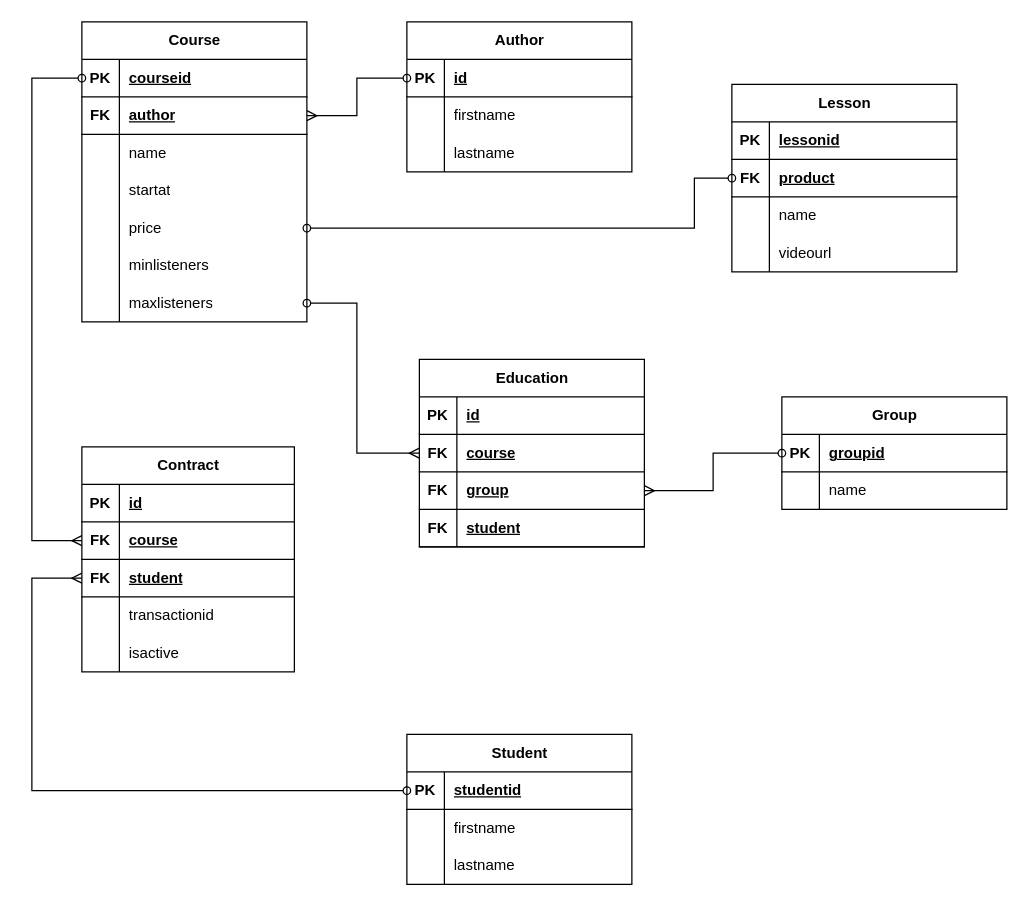
Before: doc/test-study-er.drawio in filthps/edu, a draw.io diagram. Source tidied: cells renumbered, new cells numbered last; positions are measured from the earlier drawing's top-left corner, leaving out a move shared by most shapes. Both pictures are drawn from the tidied source at 125%, with x=0, y=0 at pixel (31, 21).
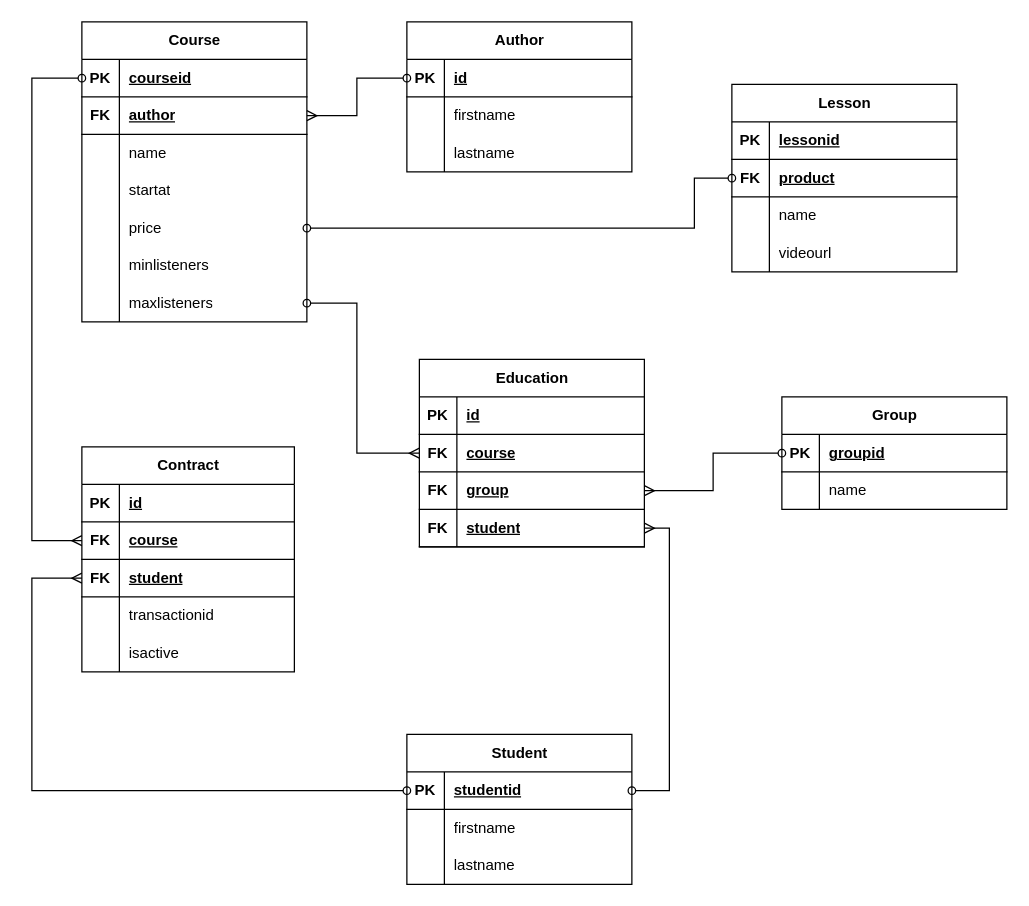
The same diagram, later.

Unchanged cells that the change refers to:
```xml
<mxCell id="35" style="shape=tableRow;horizontal=0;startSize=0;swimlaneHead=0;swimlaneBody=0;fillColor=none;points=[[0,0.5],[1,0.5]];portConstraint=eastwest;top=0;left=0;right=0;bottom=1;" parent="34" vertex="1">
  <mxGeometry y="30" width="180" height="30" as="geometry" />
</mxCell>
<mxCell id="90" style="shape=tableRow;horizontal=0;startSize=0;swimlaneHead=0;swimlaneBody=0;fillColor=none;points=[[0,0.5],[1,0.5]];portConstraint=eastwest;top=0;left=0;right=0;bottom=1;" parent="80" vertex="1">
  <mxGeometry y="120" width="180" height="30" as="geometry" />
</mxCell>
```

Diff of the diagram source:
```diff
@@
+    <mxCell id="103" style="edgeStyle=orthogonalEdgeStyle;rounded=0;jettySize=auto;html=1;exitX=1;exitY=0.5;exitDx=0;exitDy=0;entryX=1;entryY=0.5;entryDx=0;entryDy=0;endArrow=ERmany;endFill=0;startArrow=oval;startFill=0;" parent="1" edge="1" source="35" target="90">
+      <mxGeometry relative="1" as="geometry" />
+    </mxCell>
```
